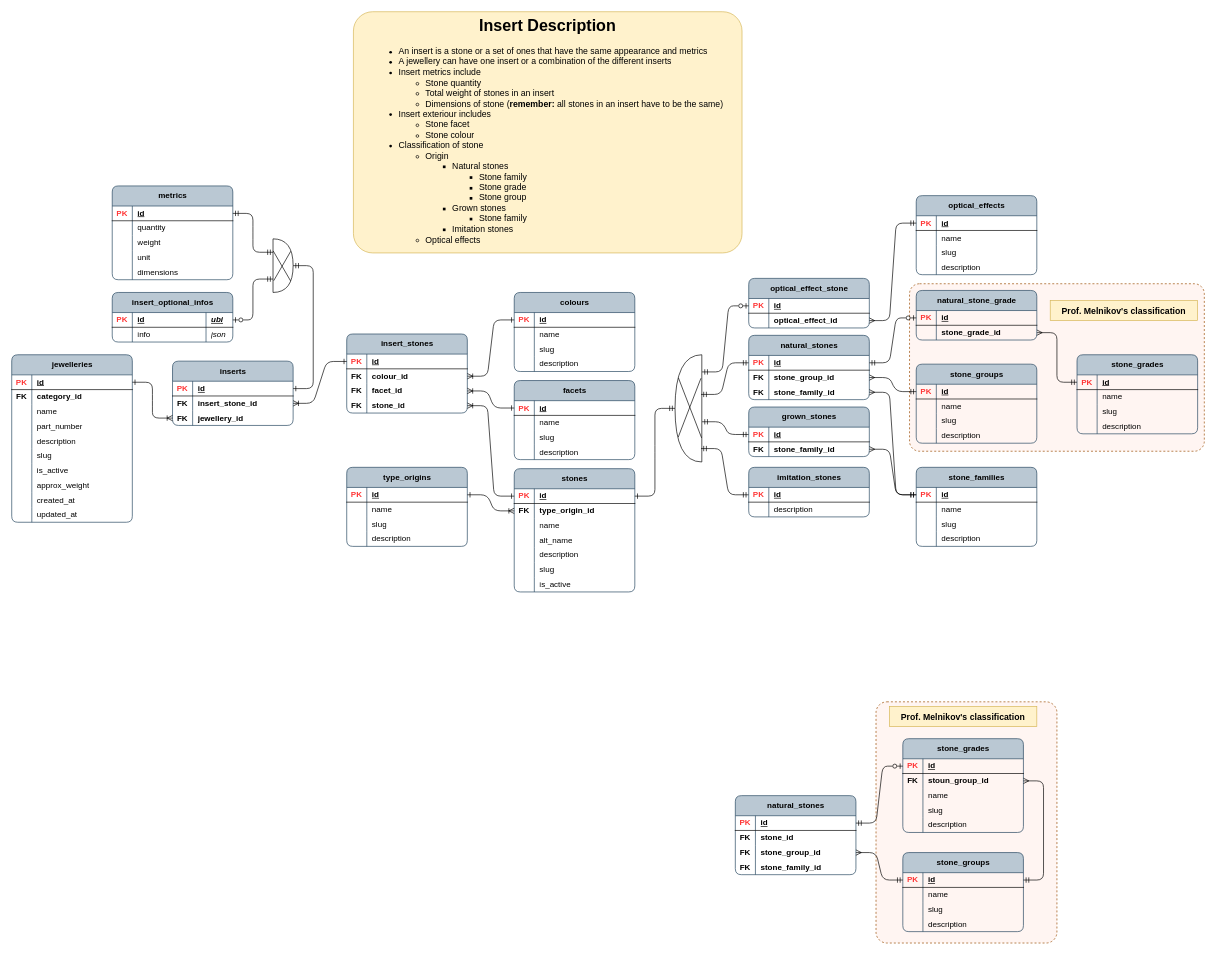
Before: page "psql_inserts" (2 of 15) of publisher/laravel-app/psql_jewellery_items.drawio in Local-development-environment/msg-brokers-publisher-consumer, a draw.io diagram. Source tidied: cells renumbered, new cells numbered last; positions are measured from the earlier drawing's top-left corner, leaving out a move shared by most shapes. Both pictures are drawn from the tidied source at 67%, with x=0, y=0 at pixel (11, -14).
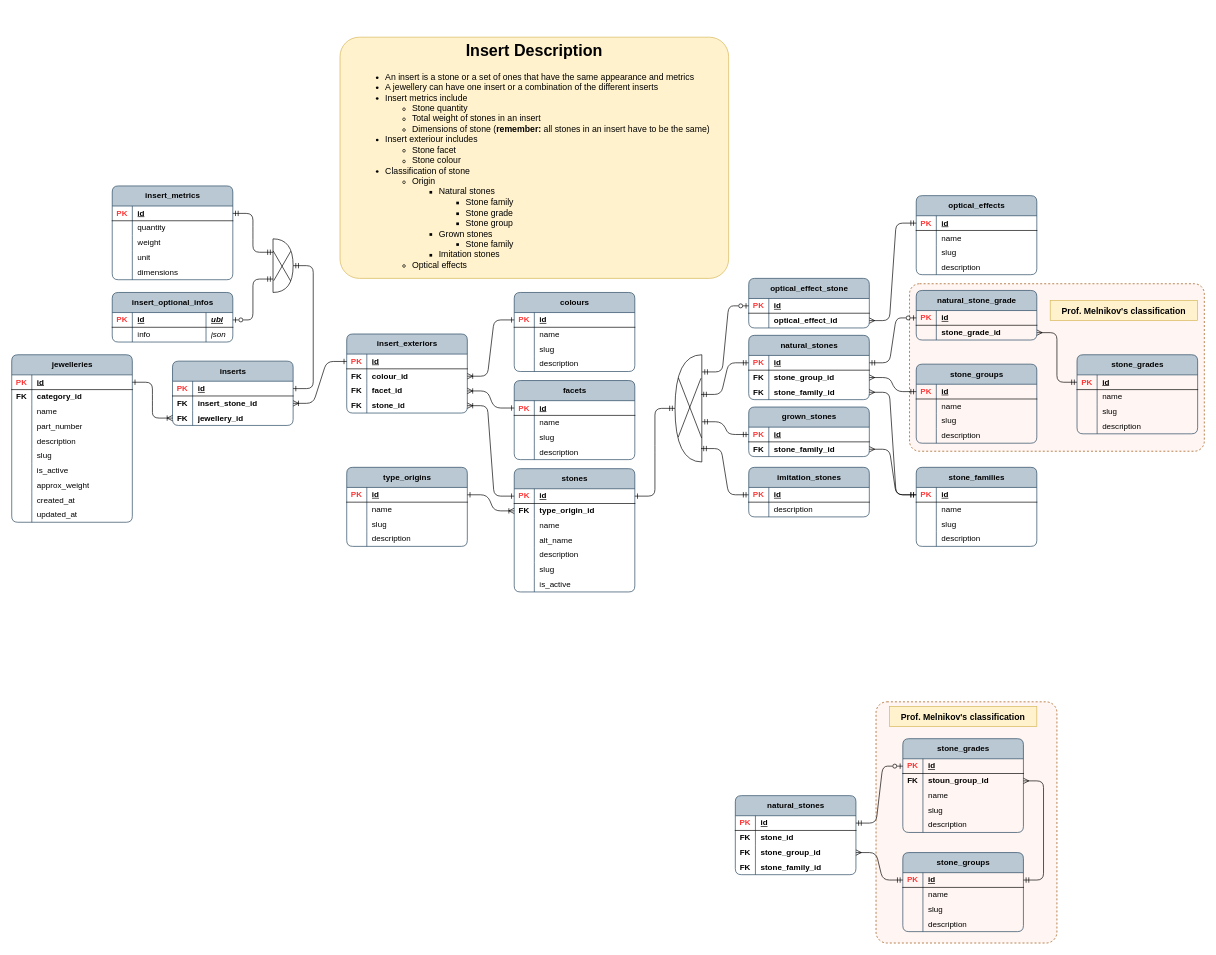
The same diagram, later.

Diff of the diagram source:
```diff
@@
-    <mxCell id="83" value="insert_stones" style="shape=table;startSize=30;childLayout=tableLayout;rowLines=0;fontStyle=1;align=center;html=1;rounded=1;labelBackgroundColor=none;swimlaneFillColor=none;fillColor=#bac8d3;strokeColor=#23445d;arcSize=10;" parent="1" vertex="1">
+    <mxCell id="83" value="insert_exteriors" style="shape=table;startSize=30;childLayout=tableLayout;rowLines=0;fontStyle=1;align=center;html=1;rounded=1;labelBackgroundColor=none;swimlaneFillColor=none;fillColor=#bac8d3;strokeColor=#23445d;arcSize=10;" parent="1" vertex="1">
       <mxGeometry x="500" y="519" width="180" height="118" as="geometry" />
     </mxCell>
@@
-    <mxCell id="197" value="metrics" style="shape=table;startSize=30;childLayout=tableLayout;rowLines=0;fontStyle=1;align=center;html=1;rounded=1;labelBackgroundColor=none;swimlaneFillColor=none;fillColor=#bac8d3;strokeColor=#23445d;arcSize=10;" parent="1" vertex="1">
+    <mxCell id="197" value="insert_metrics" style="shape=table;startSize=30;childLayout=tableLayout;rowLines=0;fontStyle=1;align=center;html=1;rounded=1;labelBackgroundColor=none;swimlaneFillColor=none;fillColor=#bac8d3;strokeColor=#23445d;arcSize=10;" parent="1" vertex="1">
       <mxGeometry x="150" y="298" width="180" height="140" as="geometry" />
     </mxCell>
@@
     <mxCell id="307" value="&lt;h1 style=&quot;margin-top: 0px;&quot;&gt;Insert Description&lt;/h1&gt;&lt;p style=&quot;text-align: left;&quot;&gt;&lt;/p&gt;&lt;ul&gt;&lt;li style=&quot;text-align: left;&quot;&gt;&lt;font style=&quot;font-size: 13px;&quot;&gt;An insert is a stone or a set of ones that have the same appearance and metrics&lt;/font&gt;&lt;/li&gt;&lt;li style=&quot;text-align: left;&quot;&gt;&lt;font style=&quot;font-size: 13px;&quot;&gt;A jewellery can have one insert or a combination of the different inserts&lt;/font&gt;&lt;/li&gt;&lt;li style=&quot;text-align: left;&quot;&gt;&lt;font style=&quot;font-size: 13px;&quot;&gt;Insert metrics include&lt;/font&gt;&lt;/li&gt;&lt;ul&gt;&lt;li style=&quot;text-align: left;&quot;&gt;&lt;font style=&quot;font-size: 13px;&quot;&gt;Stone quantity&lt;/font&gt;&lt;/li&gt;&lt;li style=&quot;text-align: left;&quot;&gt;&lt;font style=&quot;font-size: 13px;&quot;&gt;Total weight of stones in an insert&lt;/font&gt;&lt;/li&gt;&lt;li style=&quot;text-align: left;&quot;&gt;&lt;font style=&quot;font-size: 13px;&quot;&gt;Dimensions of stone (&lt;b&gt;remember:&lt;/b&gt; all stones in an insert have to be the same)&lt;/font&gt;&lt;/li&gt;&lt;/ul&gt;&lt;li style=&quot;text-align: left;&quot;&gt;&lt;span style=&quot;font-size: 13px;&quot;&gt;Insert exteriour includes&lt;/span&gt;&lt;/li&gt;&lt;ul&gt;&lt;li style=&quot;text-align: left;&quot;&gt;&lt;span style=&quot;font-size: 13px;&quot;&gt;Stone facet&lt;/span&gt;&lt;/li&gt;&lt;li style=&quot;text-align: left;&quot;&gt;&lt;span style=&quot;font-size: 13px;&quot;&gt;Stone colour&lt;/span&gt;&lt;/li&gt;&lt;/ul&gt;&lt;li style=&quot;text-align: left;&quot;&gt;&lt;span style=&quot;font-size: 13px;&quot;&gt;Classification of stone&lt;/span&gt;&lt;/li&gt;&lt;ul&gt;&lt;li style=&quot;text-align: left;&quot;&gt;&lt;span style=&quot;font-size: 13px;&quot;&gt;Origin&lt;/span&gt;&lt;/li&gt;&lt;ul&gt;&lt;li style=&quot;text-align: left;&quot;&gt;&lt;span style=&quot;font-size: 13px;&quot;&gt;Natural stones&lt;/span&gt;&lt;/li&gt;&lt;ul&gt;&lt;li style=&quot;text-align: left;&quot;&gt;&lt;span style=&quot;font-size: 13px;&quot;&gt;Stone family&lt;/span&gt;&lt;/li&gt;&lt;li style=&quot;text-align: left;&quot;&gt;&lt;span style=&quot;font-size: 13px;&quot;&gt;Stone grade&lt;/span&gt;&lt;/li&gt;&lt;li style=&quot;text-align: left;&quot;&gt;&lt;span style=&quot;font-size: 13px;&quot;&gt;Stone group&lt;/span&gt;&lt;/li&gt;&lt;/ul&gt;&lt;li style=&quot;text-align: left;&quot;&gt;&lt;span style=&quot;font-size: 13px;&quot;&gt;Grown stones&lt;/span&gt;&lt;/li&gt;&lt;ul&gt;&lt;li style=&quot;text-align: left;&quot;&gt;&lt;span style=&quot;font-size: 13px;&quot;&gt;Stone family&lt;/span&gt;&lt;/li&gt;&lt;/ul&gt;&lt;li style=&quot;text-align: left;&quot;&gt;&lt;span style=&quot;font-size: 13px;&quot;&gt;Imitation stones&lt;/span&gt;&lt;/li&gt;&lt;/ul&gt;&lt;li style=&quot;text-align: left;&quot;&gt;&lt;span style=&quot;font-size: 13px;&quot;&gt;Optical effects&lt;/span&gt;&lt;/li&gt;&lt;/ul&gt;&lt;/ul&gt;&lt;p&gt;&lt;/p&gt;&lt;div&gt;&lt;span style=&quot;font-size: 13px; text-align: left; background-color: transparent; color: light-dark(rgb(0, 0, 0), rgb(255, 255, 255));&quot;&gt;&lt;br&gt;&lt;/span&gt;&lt;/div&gt;" style="text;html=1;whiteSpace=wrap;overflow=hidden;rounded=1;align=center;strokeColor=#d6b656;fillColor=#fff2cc;arcSize=8;" parent="1" vertex="1">
-      <mxGeometry x="510" y="38" width="580" height="360" as="geometry" />
+      <mxGeometry x="490" y="76" width="580" height="360" as="geometry" />
     </mxCell>
```
